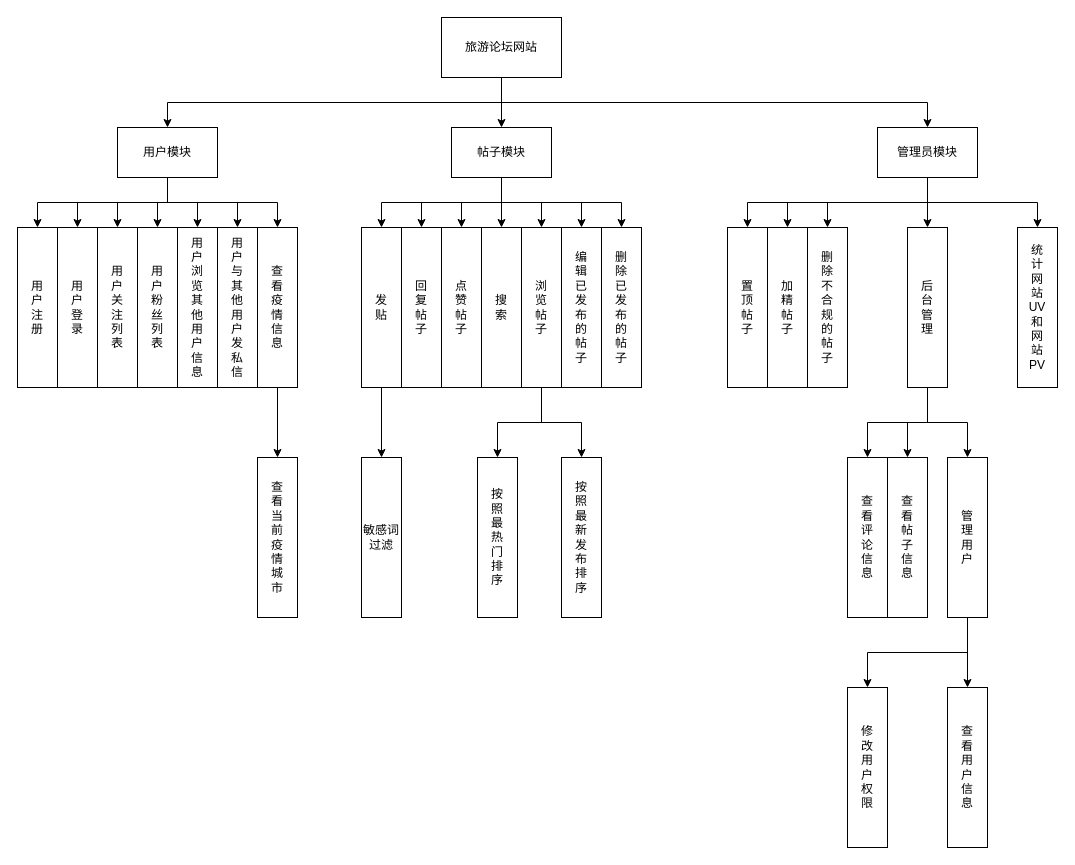
Before: Funtion.drawio in RedFlowerYeah/travelfourm, a draw.io diagram. Source tidied: cells renumbered, new cells numbered last; positions are measured from the earlier drawing's top-left corner, leaving out a move shared by most shapes. Both pictures are drawn from the tidied source at 100%, with x=0, y=0 at pixel (17, 17).
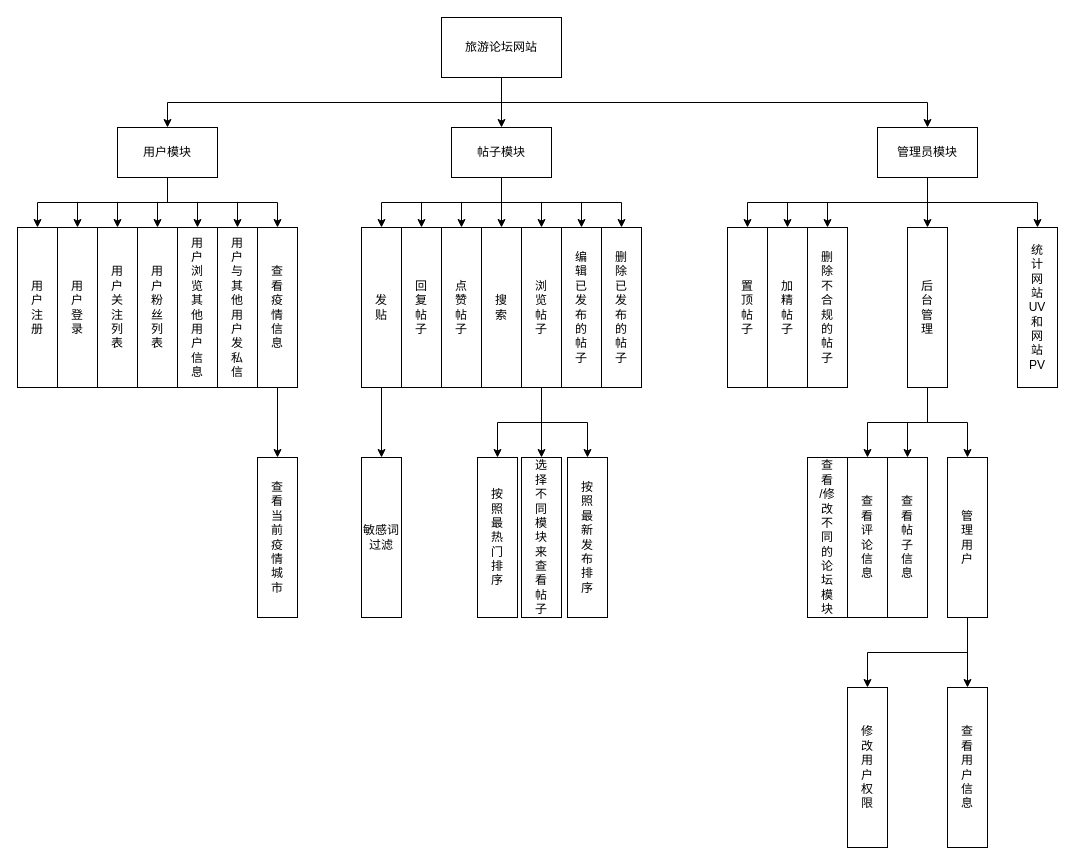
After the change.

Unchanged cells that the change refers to:
```xml
<mxCell id="39" value="浏&lt;br&gt;览&lt;br&gt;帖&lt;br&gt;子" style="rounded=0;whiteSpace=wrap;html=1;" parent="1" vertex="1">
  <mxGeometry x="504" y="210" width="40" height="160" as="geometry" />
</mxCell>
```

Diff of the diagram source:
```diff
@@
+    <mxCell id="65" style="edgeStyle=orthogonalEdgeStyle;rounded=0;jettySize=auto;html=1;exitX=0.5;exitY=1;exitDx=0;exitDy=0;entryX=0.5;entryY=0;entryDx=0;entryDy=0;" parent="1" edge="1" source="39" target="66">
+      <mxGeometry relative="1" as="geometry" />
+    </mxCell>
@@
     <mxCell id="53" value="按&lt;br&gt;照&lt;br&gt;最&lt;br&gt;新&lt;br&gt;发&lt;br&gt;布&lt;br&gt;排&lt;br&gt;序" style="rounded=0;whiteSpace=wrap;html=1;" parent="1" vertex="1">
-      <mxGeometry x="544" y="440" width="40" height="160" as="geometry" />
+      <mxGeometry x="550" y="440" width="40" height="160" as="geometry" />
     </mxCell>
@@
+    <mxCell id="66" value="选&lt;br&gt;择&lt;br&gt;不&lt;br&gt;同&lt;br&gt;模&lt;br&gt;块&lt;br&gt;来&lt;br&gt;查&lt;br&gt;看&lt;br&gt;帖&lt;br&gt;子" style="rounded=0;whiteSpace=wrap;html=1;" parent="1" vertex="1">
+      <mxGeometry x="504" y="440" width="40" height="160" as="geometry" />
+    </mxCell>
+    <mxCell id="67" value="查&lt;br&gt;看&lt;br&gt;/修&lt;br&gt;改&lt;br&gt;不&lt;br&gt;同&lt;br&gt;的&lt;br&gt;论&lt;br&gt;坛&lt;br&gt;模&lt;br&gt;块" style="rounded=0;whiteSpace=wrap;html=1;" parent="1" vertex="1">
+      <mxGeometry x="790" y="440" width="40" height="160" as="geometry" />
+    </mxCell>
```
